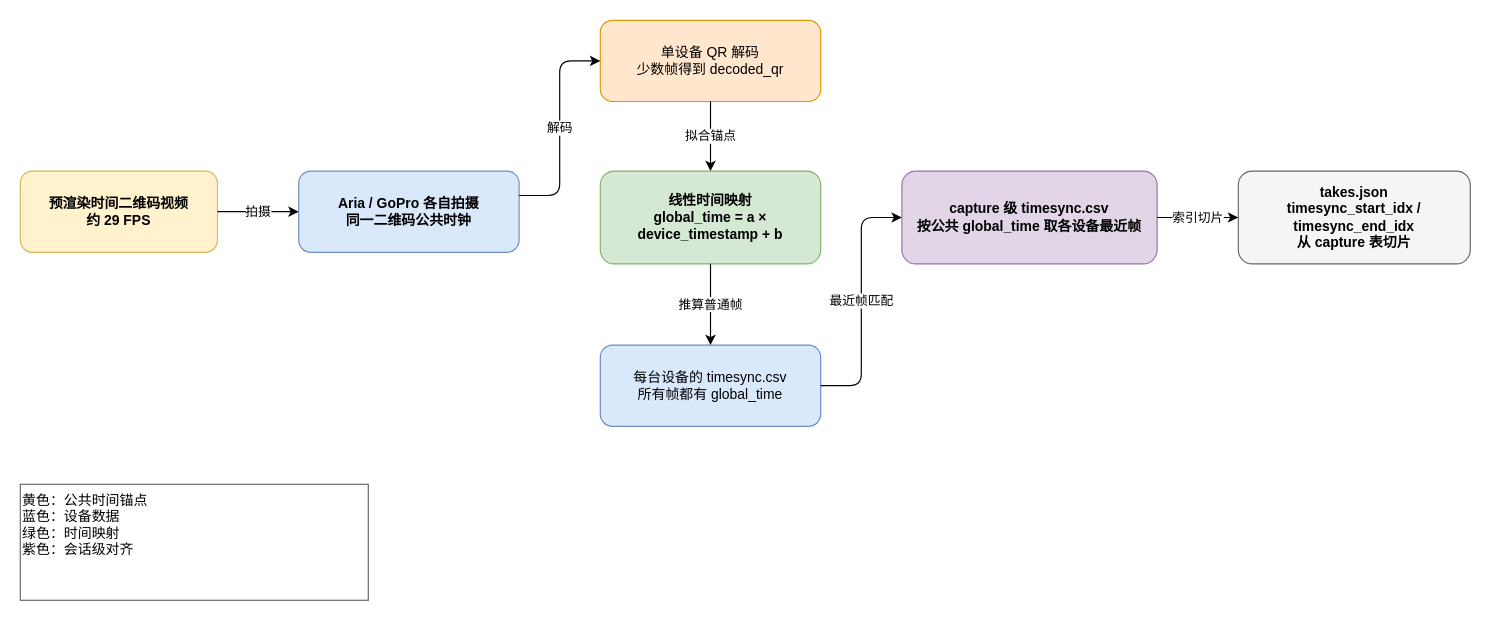
Before: docs/Ego-Exo4D时间同步流程.drawio in liaohuanquan/gopro-multicam-web, a draw.io diagram. Source tidied: cells renumbered, new cells numbered last; positions are measured from the earlier drawing's top-left corner, leaving out a move shared by most shapes. Both pictures are drawn from the tidied source at 116%, with x=0, y=0 at pixel (20, 20).
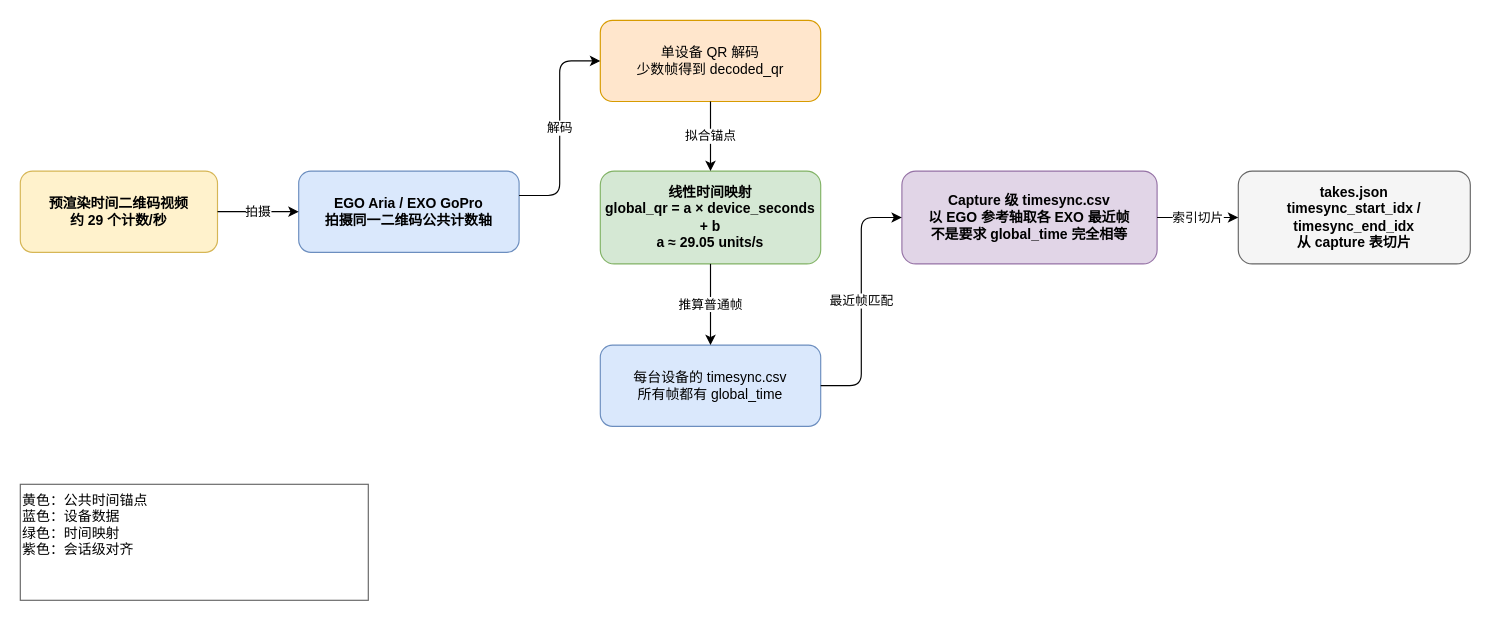
After the change.

What changed in the source:
```diff
@@
 <mxGraphModel>
   <root>
     <mxCell id="0" />
     <mxCell id="1" parent="0" />
-    <mxCell id="2" value="预渲染时间二维码视频&#10;约 29 FPS" style="rounded=1;whiteSpace=wrap;html=1;fillColor=#fff2cc;strokeColor=#d6b656;fontStyle=1;" parent="1" vertex="1">
+    <mxCell id="2" value="预渲染时间二维码视频&#10;约 29 个计数/秒" style="rounded=1;whiteSpace=wrap;html=1;fillColor=#fff2cc;strokeColor=#d6b656;fontStyle=1;" parent="1" vertex="1">
       <mxGeometry y="130" width="170" height="70" as="geometry" />
     </mxCell>
-    <mxCell id="3" value="Aria / GoPro 各自拍摄&#10;同一二维码公共时钟" style="rounded=1;whiteSpace=wrap;html=1;fillColor=#dae8fc;strokeColor=#6c8ebf;fontStyle=1;" parent="1" vertex="1">
+    <mxCell id="3" value="EGO Aria / EXO GoPro&#10;拍摄同一二维码公共计数轴" style="rounded=1;whiteSpace=wrap;html=1;fillColor=#dae8fc;strokeColor=#6c8ebf;fontStyle=1;" parent="1" vertex="1">
       <mxGeometry x="240" y="130" width="190" height="70" as="geometry" />
     </mxCell>
     <mxCell id="4" value="单设备 QR 解码&#10;少数帧得到 decoded_qr" style="rounded=1;whiteSpace=wrap;html=1;fillColor=#ffe6cc;strokeColor=#d79b00;" parent="1" vertex="1">
       <mxGeometry x="500" width="190" height="70" as="geometry" />
     </mxCell>
-    <mxCell id="5" value="线性时间映射&#10;global_time = a × device_timestamp + b" style="rounded=1;whiteSpace=wrap;html=1;fillColor=#d5e8d4;strokeColor=#82b366;fontStyle=1;" parent="1" vertex="1">
+    <mxCell id="5" value="线性时间映射&#10;global_qr = a × device_seconds + b&#10;a ≈ 29.05 units/s" style="rounded=1;whiteSpace=wrap;html=1;fillColor=#d5e8d4;strokeColor=#82b366;fontStyle=1;" parent="1" vertex="1">
       <mxGeometry x="500" y="130" width="190" height="80" as="geometry" />
     </mxCell>
     <mxCell id="6" value="每台设备的 timesync.csv&#10;所有帧都有 global_time" style="rounded=1;whiteSpace=wrap;html=1;fillColor=#dae8fc;strokeColor=#6c8ebf;" parent="1" vertex="1">
       <mxGeometry x="500" y="280" width="190" height="70" as="geometry" />
     </mxCell>
-    <mxCell id="7" value="capture 级 timesync.csv&#10;按公共 global_time 取各设备最近帧" style="rounded=1;whiteSpace=wrap;html=1;fillColor=#e1d5e7;strokeColor=#9673a6;fontStyle=1;" parent="1" vertex="1">
+    <mxCell id="7" value="Capture 级 timesync.csv&#10;以 EGO 参考轴取各 EXO 最近帧&#10;不是要求 global_time 完全相等" style="rounded=1;whiteSpace=wrap;html=1;fillColor=#e1d5e7;strokeColor=#9673a6;fontStyle=1;" parent="1" vertex="1">
       <mxGeometry x="760" y="130" width="220" height="80" as="geometry" />
     </mxCell>
     <mxCell id="8" value="takes.json&#10;timesync_start_idx / timesync_end_idx&#10;从 capture 表切片" style="rounded=1;whiteSpace=wrap;html=1;fillColor=#f5f5f5;strokeColor=#666666;fontStyle=1;" parent="1" vertex="1">
       <mxGeometry x="1050" y="130" width="200" height="80" as="geometry" />
     </mxCell>
     <mxCell id="9" value="黄色：公共时间锚点&#10;蓝色：设备数据&#10;绿色：时间映射&#10;紫色：会话级对齐" style="rounded=0;whiteSpace=wrap;html=1;fillColor=none;strokeColor=#666666;align=left;verticalAlign=top;" parent="1" vertex="1">
       <mxGeometry y="400" width="300" height="100" as="geometry" />
     </mxCell>
     <mxCell id="10" value="拍摄" style="edgeStyle=orthogonalEdgeStyle;rounded=1;jettySize=auto;html=1;exitX=1;exitY=0.5;exitDx=0;exitDy=0;entryX=0;entryY=0.5;entryDx=0;entryDy=0;" parent="1" edge="1" source="2" target="3">
       <mxGeometry relative="1" as="geometry" />
     </mxCell>
     <mxCell id="11" value="解码" style="edgeStyle=orthogonalEdgeStyle;rounded=1;jettySize=auto;html=1;exitX=1;exitY=0.3;exitDx=0;exitDy=0;entryX=0;entryY=0.5;entryDx=0;entryDy=0;" parent="1" edge="1" source="3" target="4">
       <mxGeometry relative="1" as="geometry" />
     </mxCell>
     <mxCell id="12" value="拟合锚点" style="edgeStyle=orthogonalEdgeStyle;rounded=1;jettySize=auto;html=1;exitX=0.5;exitY=1;exitDx=0;exitDy=0;entryX=0.5;entryY=0;entryDx=0;entryDy=0;" parent="1" edge="1" source="4" target="5">
       <mxGeometry relative="1" as="geometry" />
     </mxCell>
     <mxCell id="13" value="推算普通帧" style="edgeStyle=orthogonalEdgeStyle;rounded=1;jettySize=auto;html=1;exitX=0.5;exitY=1;exitDx=0;exitDy=0;entryX=0.5;entryY=0;entryDx=0;entryDy=0;" parent="1" edge="1" source="5" target="6">
       <mxGeometry relative="1" as="geometry" />
     </mxCell>
     <mxCell id="14" value="最近帧匹配" style="edgeStyle=orthogonalEdgeStyle;rounded=1;jettySize=auto;html=1;exitX=1;exitY=0.5;exitDx=0;exitDy=0;entryX=0;entryY=0.5;entryDx=0;entryDy=0;" parent="1" edge="1" source="6" target="7">
       <mxGeometry relative="1" as="geometry" />
     </mxCell>
     <mxCell id="15" value="索引切片" style="edgeStyle=orthogonalEdgeStyle;rounded=1;jettySize=auto;html=1;exitX=1;exitY=0.5;exitDx=0;exitDy=0;entryX=0;entryY=0.5;entryDx=0;entryDy=0;" parent="1" edge="1" source="7" target="8">
       <mxGeometry relative="1" as="geometry" />
     </mxCell>
   </root>
 </mxGraphModel>
```
